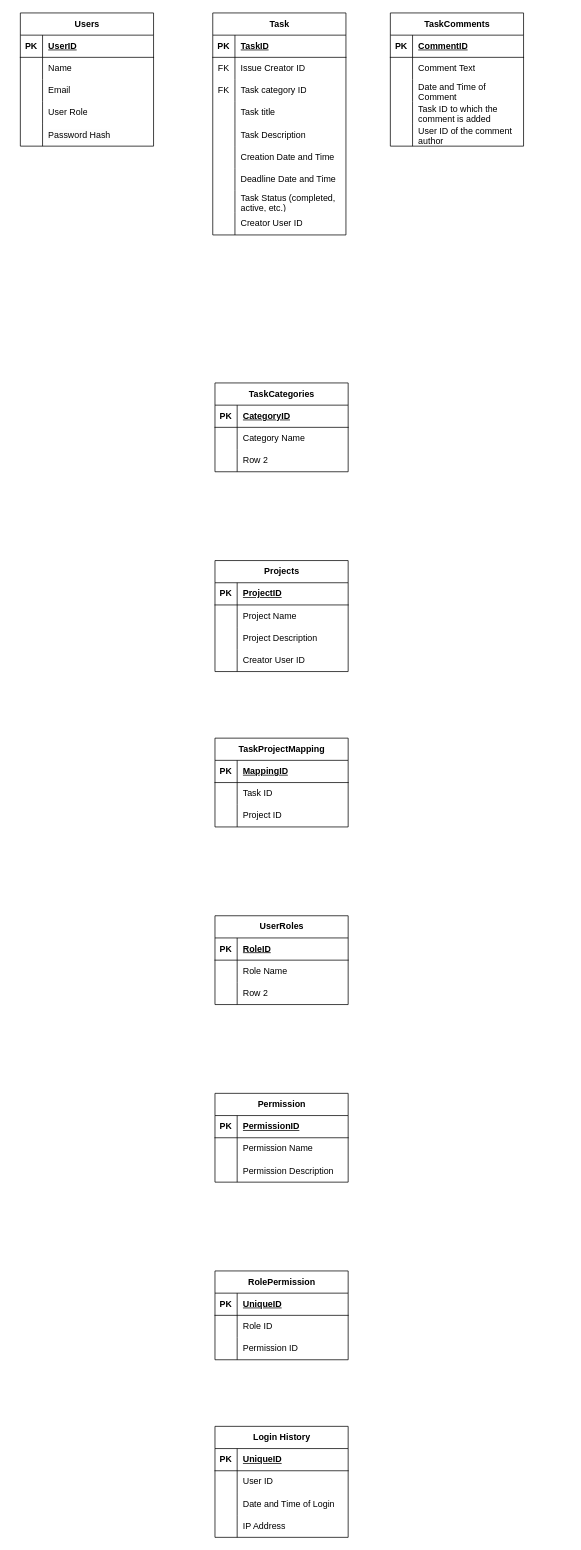
Before: gang_of_crooks_db.drawio in puip34/base_gang_of_crooks, a draw.io diagram. Source tidied: cells renumbered, new cells numbered last; positions are measured from the earlier drawing's top-left corner, leaving out a move shared by most shapes. Both pictures are drawn from the tidied source at 74%, with x=0, y=0 at pixel (20, 13).
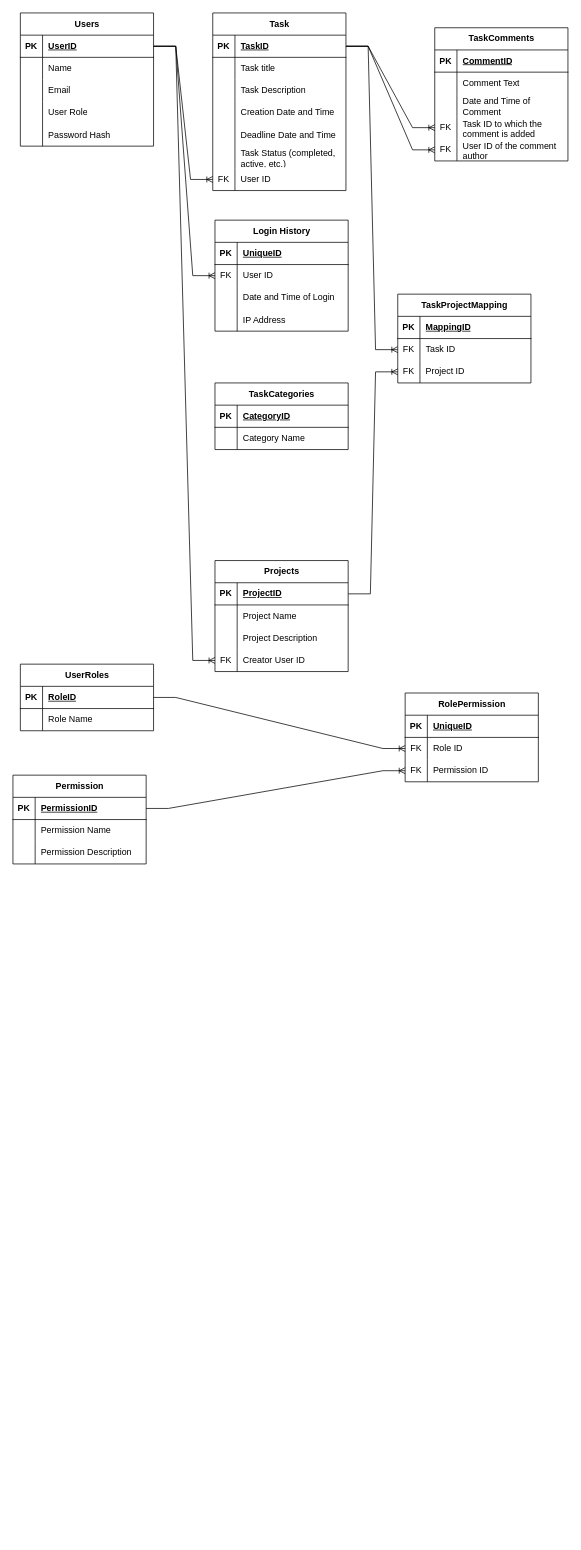
The same page after the edit.

Unchanged cells that the change refers to:
```xml
<mxCell id="3" style="shape=tableRow;horizontal=0;startSize=0;swimlaneHead=0;swimlaneBody=0;fillColor=none;points=[[0,0.5],[1,0.5]];portConstraint=eastwest;top=0;left=0;right=0;bottom=1;" parent="2" vertex="1">
  <mxGeometry y="30" width="180" height="30" as="geometry" />
</mxCell>
<mxCell id="31" style="shape=tableRow;horizontal=0;startSize=0;swimlaneHead=0;swimlaneBody=0;fillColor=none;points=[[0,0.5],[1,0.5]];portConstraint=eastwest;top=0;left=0;right=0;bottom=1;" parent="30" vertex="1">
  <mxGeometry y="30" width="180" height="30" as="geometry" />
</mxCell>
<mxCell id="47" style="shape=tableRow;horizontal=0;startSize=0;swimlaneHead=0;swimlaneBody=0;fillColor=none;points=[[0,0.5],[1,0.5]];portConstraint=eastwest;top=0;left=0;right=0;bottom=1;" parent="46" vertex="1">
  <mxGeometry y="30" width="180" height="30" as="geometry" />
</mxCell>
<mxCell id="57" style="shape=tableRow;horizontal=0;startSize=0;swimlaneHead=0;swimlaneBody=0;fillColor=none;points=[[0,0.5],[1,0.5]];portConstraint=eastwest;top=0;left=0;right=0;bottom=1;" parent="56" vertex="1">
  <mxGeometry y="30" width="180" height="30" as="geometry" />
</mxCell>
<mxCell id="70" style="shape=tableRow;horizontal=0;startSize=0;swimlaneHead=0;swimlaneBody=0;fillColor=none;points=[[0,0.5],[1,0.5]];portConstraint=eastwest;top=0;left=0;right=0;bottom=0;" parent="66" vertex="1">
  <mxGeometry y="60" width="180" height="30" as="geometry" />
</mxCell>
<mxCell id="73" style="shape=tableRow;horizontal=0;startSize=0;swimlaneHead=0;swimlaneBody=0;fillColor=none;points=[[0,0.5],[1,0.5]];portConstraint=eastwest;top=0;left=0;right=0;bottom=0;" parent="66" vertex="1">
  <mxGeometry y="90" width="180" height="30" as="geometry" />
</mxCell>
<mxCell id="80" style="shape=tableRow;horizontal=0;startSize=0;swimlaneHead=0;swimlaneBody=0;fillColor=none;points=[[0,0.5],[1,0.5]];portConstraint=eastwest;top=0;left=0;right=0;bottom=0;" parent="76" vertex="1">
  <mxGeometry y="60" width="180" height="30" as="geometry" />
</mxCell>
<mxCell id="83" style="shape=tableRow;horizontal=0;startSize=0;swimlaneHead=0;swimlaneBody=0;fillColor=none;points=[[0,0.5],[1,0.5]];portConstraint=eastwest;top=0;left=0;right=0;bottom=0;" parent="76" vertex="1">
  <mxGeometry y="90" width="180" height="30" as="geometry" />
</mxCell>
<mxCell id="87" style="shape=tableRow;horizontal=0;startSize=0;swimlaneHead=0;swimlaneBody=0;fillColor=none;points=[[0,0.5],[1,0.5]];portConstraint=eastwest;top=0;left=0;right=0;bottom=1;" parent="86" vertex="1">
  <mxGeometry y="30" width="180" height="30" as="geometry" />
</mxCell>
<mxCell id="96" style="shape=tableRow;horizontal=0;startSize=0;swimlaneHead=0;swimlaneBody=0;fillColor=none;points=[[0,0.5],[1,0.5]];portConstraint=eastwest;top=0;left=0;right=0;bottom=0;" parent="86" vertex="1">
  <mxGeometry y="120" width="180" height="30" as="geometry" />
</mxCell>
<mxCell id="119" style="shape=tableRow;horizontal=0;startSize=0;swimlaneHead=0;swimlaneBody=0;fillColor=none;points=[[0,0.5],[1,0.5]];portConstraint=eastwest;top=0;left=0;right=0;bottom=0;" parent="109" vertex="1">
  <mxGeometry y="120" width="180" height="30" as="geometry" />
</mxCell>
<mxCell id="122" style="shape=tableRow;horizontal=0;startSize=0;swimlaneHead=0;swimlaneBody=0;fillColor=none;points=[[0,0.5],[1,0.5]];portConstraint=eastwest;top=0;left=0;right=0;bottom=0;" parent="109" vertex="1">
  <mxGeometry y="150" width="180" height="30" as="geometry" />
</mxCell>
<mxCell id="129" style="shape=tableRow;horizontal=0;startSize=0;swimlaneHead=0;swimlaneBody=0;fillColor=none;points=[[0,0.5],[1,0.5]];portConstraint=eastwest;top=0;left=0;right=0;bottom=0;" parent="125" vertex="1">
  <mxGeometry y="60" width="180" height="30" as="geometry" />
</mxCell>
```

The edit, as a diff of the source:
```diff
@@
     <mxCell id="2" value="Task" style="shape=table;startSize=30;childLayout=tableLayout;rowLines=0;fontStyle=1;align=center;html=1;" parent="1" vertex="1">
-      <mxGeometry x="260" width="180" height="300" as="geometry" />
+      <mxGeometry x="260" width="180" height="240" as="geometry" />
     </mxCell>
@@
-    <mxCell id="6" style="shape=tableRow;horizontal=0;startSize=0;swimlaneHead=0;swimlaneBody=0;fillColor=none;top=0;left=0;right=0;bottom=0;" parent="2" vertex="1">
-      <mxGeometry y="60" width="180" height="30" as="geometry" />
-    </mxCell>
-    <mxCell id="7" value="FK" style="shape=partialRectangle;fillColor=none;top=0;left=0;bottom=0;right=0;overflow=hidden;whiteSpace=wrap;html=1;" parent="6" vertex="1">
-      <mxGeometry width="30" height="30" as="geometry" />
-    </mxCell>
-    <mxCell id="8" value="Issue Creator ID" style="shape=partialRectangle;fillColor=none;top=0;left=0;bottom=0;right=0;align=left;spacingLeft=6;overflow=hidden;whiteSpace=wrap;html=1;" parent="6" vertex="1">
-      <mxGeometry x="30" width="150" height="30" as="geometry" />
-    </mxCell>
-    <mxCell id="9" style="shape=tableRow;horizontal=0;startSize=0;swimlaneHead=0;swimlaneBody=0;fillColor=none;top=0;left=0;right=0;bottom=0;" parent="2" vertex="1">
-      <mxGeometry y="90" width="180" height="30" as="geometry" />
-    </mxCell>
-    <mxCell id="10" value="FK" style="shape=partialRectangle;fillColor=none;top=0;left=0;bottom=0;right=0;overflow=hidden;whiteSpace=wrap;html=1;" parent="9" vertex="1">
-      <mxGeometry width="30" height="30" as="geometry" />
-    </mxCell>
-    <mxCell id="11" value="Task category ID" style="shape=partialRectangle;fillColor=none;top=0;left=0;bottom=0;right=0;align=left;spacingLeft=6;overflow=hidden;whiteSpace=wrap;html=1;" parent="9" vertex="1">
-      <mxGeometry x="30" width="150" height="30" as="geometry" />
-    </mxCell>
     <mxCell id="12" style="shape=tableRow;horizontal=0;startSize=0;swimlaneHead=0;swimlaneBody=0;fillColor=none;top=0;left=0;right=0;bottom=0;" parent="2" vertex="1">
-      <mxGeometry y="120" width="180" height="30" as="geometry" />
+      <mxGeometry y="60" width="180" height="30" as="geometry" />
     </mxCell>
@@
     <mxCell id="15" style="shape=tableRow;horizontal=0;startSize=0;swimlaneHead=0;swimlaneBody=0;fillColor=none;top=0;left=0;right=0;bottom=0;" parent="2" vertex="1">
-      <mxGeometry y="150" width="180" height="30" as="geometry" />
+      <mxGeometry y="90" width="180" height="30" as="geometry" />
     </mxCell>
@@
     <mxCell id="18" style="shape=tableRow;horizontal=0;startSize=0;swimlaneHead=0;swimlaneBody=0;fillColor=none;top=0;left=0;right=0;bottom=0;" parent="2" vertex="1">
-      <mxGeometry y="180" width="180" height="30" as="geometry" />
+      <mxGeometry y="120" width="180" height="30" as="geometry" />
     </mxCell>
@@
     <mxCell id="21" style="shape=tableRow;horizontal=0;startSize=0;swimlaneHead=0;swimlaneBody=0;fillColor=none;top=0;left=0;right=0;bottom=0;" parent="2" vertex="1">
-      <mxGeometry y="210" width="180" height="30" as="geometry" />
+      <mxGeometry y="150" width="180" height="30" as="geometry" />
     </mxCell>
@@
     <mxCell id="24" style="shape=tableRow;horizontal=0;startSize=0;swimlaneHead=0;swimlaneBody=0;fillColor=none;top=0;left=0;right=0;bottom=0;" parent="2" vertex="1">
-      <mxGeometry y="240" width="180" height="30" as="geometry" />
+      <mxGeometry y="180" width="180" height="30" as="geometry" />
     </mxCell>
@@
     <mxCell id="27" style="shape=tableRow;horizontal=0;startSize=0;swimlaneHead=0;swimlaneBody=0;fillColor=none;points=[[0,0.5],[1,0.5]];portConstraint=eastwest;top=0;left=0;right=0;bottom=0;" parent="2" vertex="1">
-      <mxGeometry y="270" width="180" height="30" as="geometry" />
+      <mxGeometry y="210" width="180" height="30" as="geometry" />
     </mxCell>
-    <mxCell id="28" style="shape=partialRectangle;fillColor=none;top=0;left=0;bottom=0;right=0;overflow=hidden;whiteSpace=wrap;html=1;" parent="27" vertex="1">
+    <mxCell id="28" value="FK" style="shape=partialRectangle;fillColor=none;top=0;left=0;bottom=0;right=0;overflow=hidden;whiteSpace=wrap;html=1;" parent="27" vertex="1">
       <mxGeometry width="30" height="30" as="geometry" />
     </mxCell>
-    <mxCell id="29" value="Creator User ID" style="shape=partialRectangle;fillColor=none;top=0;left=0;bottom=0;right=0;align=left;spacingLeft=6;overflow=hidden;whiteSpace=wrap;html=1;" parent="27" vertex="1">
+    <mxCell id="29" value="User ID" style="shape=partialRectangle;fillColor=none;top=0;left=0;bottom=0;right=0;align=left;spacingLeft=6;overflow=hidden;whiteSpace=wrap;html=1;" parent="27" vertex="1">
       <mxGeometry x="30" width="150" height="30" as="geometry" />
     </mxCell>
@@
     <mxCell id="46" value="Permission" style="shape=table;startSize=30;childLayout=tableLayout;rowLines=0;fontStyle=1;align=center;html=1;" parent="1" vertex="1">
-      <mxGeometry x="263" y="1460" width="180" height="120" as="geometry" />
+      <mxGeometry x="-10" y="1030" width="180" height="120" as="geometry" />
     </mxCell>
@@
     <mxCell id="56" value="UserRoles" style="shape=table;startSize=30;childLayout=tableLayout;rowLines=0;fontStyle=1;align=center;html=1;" parent="1" vertex="1">
-      <mxGeometry x="263" y="1220" width="180" height="120" as="geometry" />
+      <mxGeometry y="880" width="180" height="90" as="geometry" />
     </mxCell>
@@
-    <mxCell id="63" style="shape=tableRow;horizontal=0;startSize=0;swimlaneHead=0;swimlaneBody=0;fillColor=none;top=0;left=0;right=0;bottom=0;" parent="56" vertex="1">
-      <mxGeometry y="90" width="180" height="30" as="geometry" />
-    </mxCell>
-    <mxCell id="64" style="shape=partialRectangle;fillColor=none;top=0;left=0;bottom=0;right=0;overflow=hidden;whiteSpace=wrap;html=1;" parent="63" vertex="1">
-      <mxGeometry width="30" height="30" as="geometry" />
-    </mxCell>
-    <mxCell id="65" value="Row 2" style="shape=partialRectangle;fillColor=none;top=0;left=0;bottom=0;right=0;align=left;spacingLeft=6;overflow=hidden;whiteSpace=wrap;html=1;" parent="63" vertex="1">
-      <mxGeometry x="30" width="150" height="30" as="geometry" />
-    </mxCell>
     <mxCell id="66" value="RolePermission" style="shape=table;startSize=30;childLayout=tableLayout;rowLines=0;fontStyle=1;align=center;html=1;" parent="1" vertex="1">
-      <mxGeometry x="263" y="1700" width="180" height="120" as="geometry" />
+      <mxGeometry x="520" y="919" width="180" height="120" as="geometry" />
     </mxCell>
@@
-    <mxCell id="71" style="shape=partialRectangle;fillColor=none;top=0;left=0;bottom=0;right=0;overflow=hidden;whiteSpace=wrap;html=1;" parent="70" vertex="1">
+    <mxCell id="71" value="FK" style="shape=partialRectangle;fillColor=none;top=0;left=0;bottom=0;right=0;overflow=hidden;whiteSpace=wrap;html=1;" parent="70" vertex="1">
       <mxGeometry width="30" height="30" as="geometry" />
     </mxCell>
@@
-    <mxCell id="74" style="shape=partialRectangle;fillColor=none;top=0;left=0;bottom=0;right=0;overflow=hidden;whiteSpace=wrap;html=1;" parent="73" vertex="1">
+    <mxCell id="74" value="FK" style="shape=partialRectangle;fillColor=none;top=0;left=0;bottom=0;right=0;overflow=hidden;whiteSpace=wrap;html=1;" parent="73" vertex="1">
       <mxGeometry width="30" height="30" as="geometry" />
     </mxCell>
@@
     <mxCell id="76" value="TaskProjectMapping" style="shape=table;startSize=30;childLayout=tableLayout;rowLines=0;fontStyle=1;align=center;html=1;" parent="1" vertex="1">
-      <mxGeometry x="263" y="980" width="180" height="120" as="geometry" />
+      <mxGeometry x="510" y="380" width="180" height="120" as="geometry" />
     </mxCell>
@@
-    <mxCell id="81" style="shape=partialRectangle;fillColor=none;top=0;left=0;bottom=0;right=0;overflow=hidden;whiteSpace=wrap;html=1;" parent="80" vertex="1">
+    <mxCell id="81" value="FK" style="shape=partialRectangle;fillColor=none;top=0;left=0;bottom=0;right=0;overflow=hidden;whiteSpace=wrap;html=1;" parent="80" vertex="1">
       <mxGeometry width="30" height="30" as="geometry" />
     </mxCell>
@@
-    <mxCell id="84" style="shape=partialRectangle;fillColor=none;top=0;left=0;bottom=0;right=0;overflow=hidden;whiteSpace=wrap;html=1;" parent="83" vertex="1">
+    <mxCell id="84" value="FK" style="shape=partialRectangle;fillColor=none;top=0;left=0;bottom=0;right=0;overflow=hidden;whiteSpace=wrap;html=1;" parent="83" vertex="1">
       <mxGeometry width="30" height="30" as="geometry" />
     </mxCell>
@@
-    <mxCell id="97" style="shape=partialRectangle;fillColor=none;top=0;left=0;bottom=0;right=0;overflow=hidden;whiteSpace=wrap;html=1;" parent="96" vertex="1">
+    <mxCell id="97" value="FK" style="shape=partialRectangle;fillColor=none;top=0;left=0;bottom=0;right=0;overflow=hidden;whiteSpace=wrap;html=1;" parent="96" vertex="1">
       <mxGeometry width="30" height="30" as="geometry" />
     </mxCell>
@@
     <mxCell id="99" value="TaskCategories" style="shape=table;startSize=30;childLayout=tableLayout;rowLines=0;fontStyle=1;align=center;html=1;" parent="1" vertex="1">
-      <mxGeometry x="263" y="500" width="180" height="120" as="geometry" />
+      <mxGeometry x="263" y="500" width="180" height="90" as="geometry" />
     </mxCell>
@@
-    <mxCell id="106" style="shape=tableRow;horizontal=0;startSize=0;swimlaneHead=0;swimlaneBody=0;fillColor=none;top=0;left=0;right=0;bottom=0;" parent="99" vertex="1">
-      <mxGeometry y="90" width="180" height="30" as="geometry" />
-    </mxCell>
-    <mxCell id="107" style="shape=partialRectangle;fillColor=none;top=0;left=0;bottom=0;right=0;overflow=hidden;whiteSpace=wrap;html=1;" parent="106" vertex="1">
-      <mxGeometry width="30" height="30" as="geometry" />
-    </mxCell>
-    <mxCell id="108" value="Row 2" style="shape=partialRectangle;fillColor=none;top=0;left=0;bottom=0;right=0;align=left;spacingLeft=6;overflow=hidden;whiteSpace=wrap;html=1;" parent="106" vertex="1">
-      <mxGeometry x="30" width="150" height="30" as="geometry" />
-    </mxCell>
     <mxCell id="109" value="TaskComments" style="shape=table;startSize=30;childLayout=tableLayout;rowLines=0;fontStyle=1;align=center;html=1;" parent="1" vertex="1">
-      <mxGeometry x="500" width="180" height="180" as="geometry" />
+      <mxGeometry x="560" y="20" width="180" height="180" as="geometry" />
     </mxCell>
@@
-    <mxCell id="120" style="shape=partialRectangle;fillColor=none;top=0;left=0;bottom=0;right=0;overflow=hidden;whiteSpace=wrap;html=1;" parent="119" vertex="1">
+    <mxCell id="120" value="FK" style="shape=partialRectangle;fillColor=none;top=0;left=0;bottom=0;right=0;overflow=hidden;whiteSpace=wrap;html=1;" parent="119" vertex="1">
       <mxGeometry width="30" height="30" as="geometry" />
     </mxCell>
@@
-    <mxCell id="123" style="shape=partialRectangle;fillColor=none;top=0;left=0;bottom=0;right=0;overflow=hidden;whiteSpace=wrap;html=1;" parent="122" vertex="1">
+    <mxCell id="123" value="FK" style="shape=partialRectangle;fillColor=none;top=0;left=0;bottom=0;right=0;overflow=hidden;whiteSpace=wrap;html=1;" parent="122" vertex="1">
       <mxGeometry width="30" height="30" as="geometry" />
     </mxCell>
@@
     <mxCell id="125" value="Login History" style="shape=table;startSize=30;childLayout=tableLayout;rowLines=0;fontStyle=1;align=center;html=1;" parent="1" vertex="1">
-      <mxGeometry x="263" y="1910" width="180" height="150" as="geometry" />
+      <mxGeometry x="263" y="280" width="180" height="150" as="geometry" />
     </mxCell>
@@
-    <mxCell id="130" style="shape=partialRectangle;fillColor=none;top=0;left=0;bottom=0;right=0;overflow=hidden;whiteSpace=wrap;html=1;" parent="129" vertex="1">
+    <mxCell id="130" value="FK" style="shape=partialRectangle;fillColor=none;top=0;left=0;bottom=0;right=0;overflow=hidden;whiteSpace=wrap;html=1;" parent="129" vertex="1">
       <mxGeometry width="30" height="30" as="geometry" />
     </mxCell>
@@
+    <mxCell id="138" style="edgeStyle=entityRelationEdgeStyle;fontSize=12;html=1;endArrow=ERoneToMany;rounded=0;exitX=1;exitY=0.5;exitDx=0;exitDy=0;entryX=0;entryY=0.5;entryDx=0;entryDy=0;" parent="1" edge="1" source="31" target="27">
+      <mxGeometry relative="1" as="geometry" />
+    </mxCell>
+    <mxCell id="139" style="edgeStyle=entityRelationEdgeStyle;fontSize=12;html=1;endArrow=ERoneToMany;rounded=0;entryX=0;entryY=0.5;entryDx=0;entryDy=0;exitX=1;exitY=0.5;exitDx=0;exitDy=0;" parent="1" edge="1" source="31" target="96">
+      <mxGeometry relative="1" as="geometry" />
+    </mxCell>
+    <mxCell id="140" style="edgeStyle=entityRelationEdgeStyle;fontSize=12;html=1;endArrow=ERoneToMany;rounded=0;entryX=0;entryY=0.5;entryDx=0;entryDy=0;exitX=1;exitY=0.5;exitDx=0;exitDy=0;" parent="1" edge="1" source="3" target="119">
+      <mxGeometry relative="1" as="geometry" />
+    </mxCell>
+    <mxCell id="141" style="edgeStyle=entityRelationEdgeStyle;fontSize=12;html=1;endArrow=ERoneToMany;rounded=0;entryX=0;entryY=0.5;entryDx=0;entryDy=0;exitX=1;exitY=0.5;exitDx=0;exitDy=0;" parent="1" edge="1" source="3" target="122">
+      <mxGeometry relative="1" as="geometry">
+        <Array as="points">
+          <mxPoint x="530" y="300" />
+        </Array>
+      </mxGeometry>
+    </mxCell>
+    <mxCell id="142" style="edgeStyle=entityRelationEdgeStyle;fontSize=12;html=1;endArrow=ERoneToMany;rounded=0;entryX=0;entryY=0.5;entryDx=0;entryDy=0;exitX=1;exitY=0.5;exitDx=0;exitDy=0;" parent="1" edge="1" source="87" target="83">
+      <mxGeometry relative="1" as="geometry" />
+    </mxCell>
+    <mxCell id="143" style="edgeStyle=entityRelationEdgeStyle;fontSize=12;html=1;endArrow=ERoneToMany;rounded=0;entryX=0;entryY=0.5;entryDx=0;entryDy=0;exitX=1;exitY=0.5;exitDx=0;exitDy=0;" parent="1" edge="1" source="3" target="80">
+      <mxGeometry relative="1" as="geometry" />
+    </mxCell>
+    <mxCell id="144" style="edgeStyle=entityRelationEdgeStyle;fontSize=12;html=1;endArrow=ERoneToMany;rounded=0;exitX=1;exitY=0.5;exitDx=0;exitDy=0;entryX=0;entryY=0.5;entryDx=0;entryDy=0;" parent="1" edge="1" source="57" target="70">
+      <mxGeometry relative="1" as="geometry" />
+    </mxCell>
+    <mxCell id="145" style="edgeStyle=entityRelationEdgeStyle;fontSize=12;html=1;endArrow=ERoneToMany;rounded=0;exitX=1;exitY=0.5;exitDx=0;exitDy=0;entryX=0;entryY=0.5;entryDx=0;entryDy=0;" parent="1" edge="1" source="47" target="73">
+      <mxGeometry relative="1" as="geometry" />
+    </mxCell>
+    <mxCell id="146" style="edgeStyle=entityRelationEdgeStyle;fontSize=12;html=1;endArrow=ERoneToMany;rounded=0;entryX=0;entryY=0.5;entryDx=0;entryDy=0;exitX=1;exitY=0.5;exitDx=0;exitDy=0;" parent="1" edge="1" source="31" target="129">
+      <mxGeometry relative="1" as="geometry" />
+    </mxCell>
```
